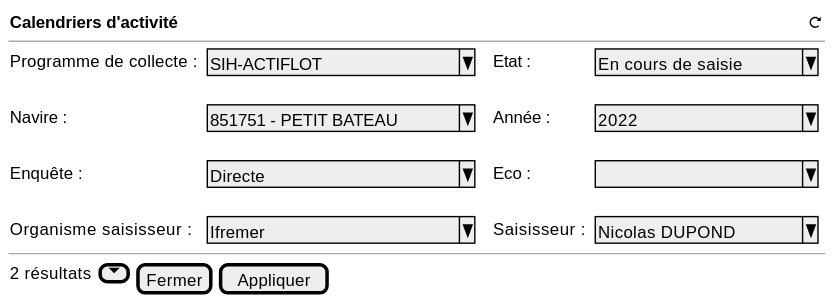
sumaris-net/sumaris-doc keeps this PlantUML diagram as projects/activity-calendar/spe/images/activity-calendar-table-filters.svg. Above is the earlier version.
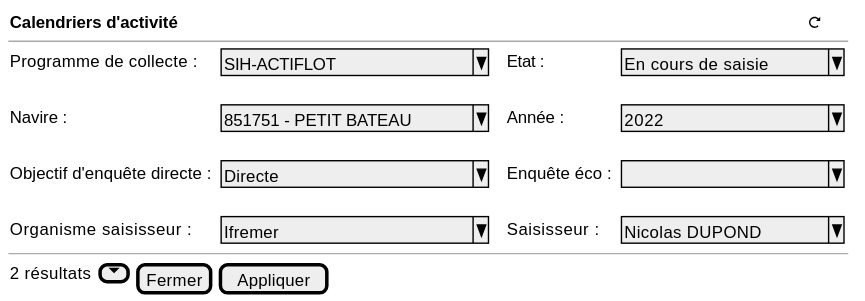
The same file after the commit.

Diff of the diagram source:
```diff
@@ -9,7 +9,7 @@
         .
         Navire : | . | ^ 851751 - PETIT BATEAU^ | . | . | Année : | . | ^ 2022             ^
         .
-        Enquête :   | . |^ Directe              ^ |  . | . | Eco :   | . | ^                  ^
+        Objectif d'enquête directe :   | . |^ Directe              ^ |  . | . | Enquête éco :   | . | ^                  ^
         .
         Organisme saisisseur :   | . |^ Ifremer              ^ |  . | . | Saisisseur :   | . | ^ Nicolas DUPOND   ^
 
```
